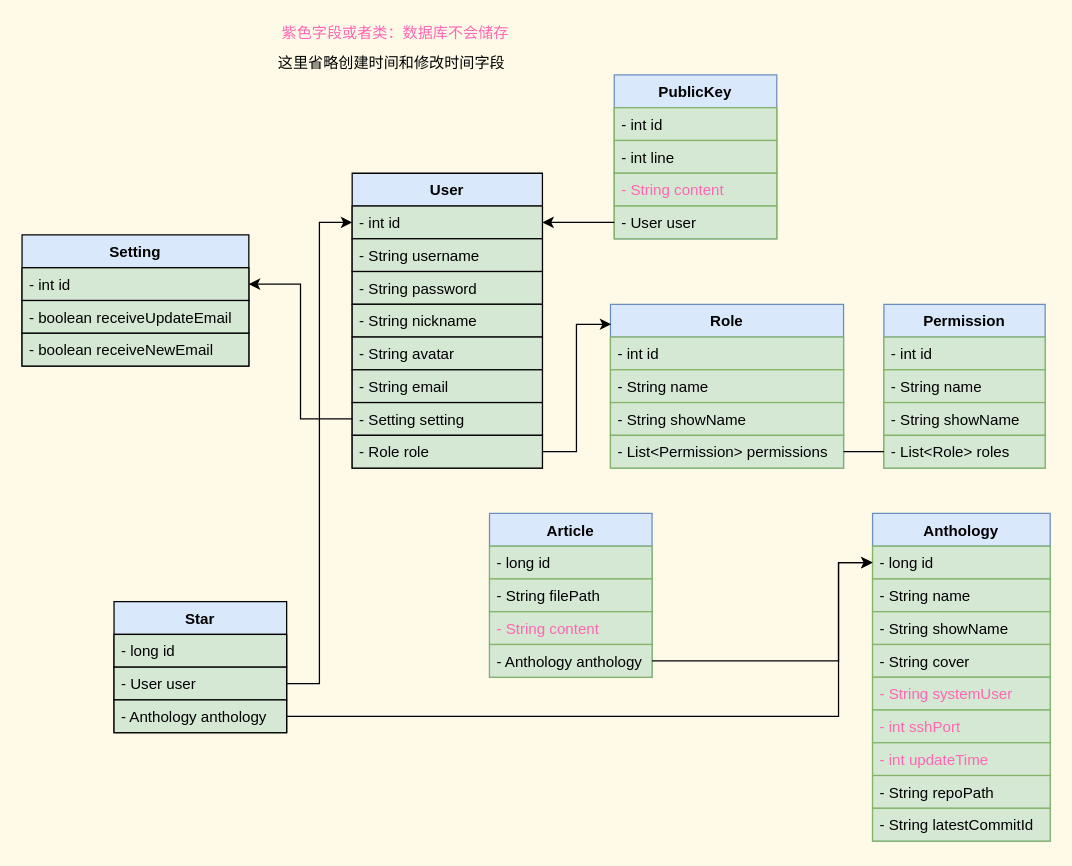
Earlier version of the draw.io diagram page "类图" (1 of 3) of doc/后端类图.dio (swsk33/git-document). Source tidied: cells renumbered, new cells numbered last; positions are measured from the earlier drawing's top-left corner, leaving out a move shared by most shapes. Both pictures are drawn from the tidied source at 126%, with x=0, y=0 at pixel (21, 21).
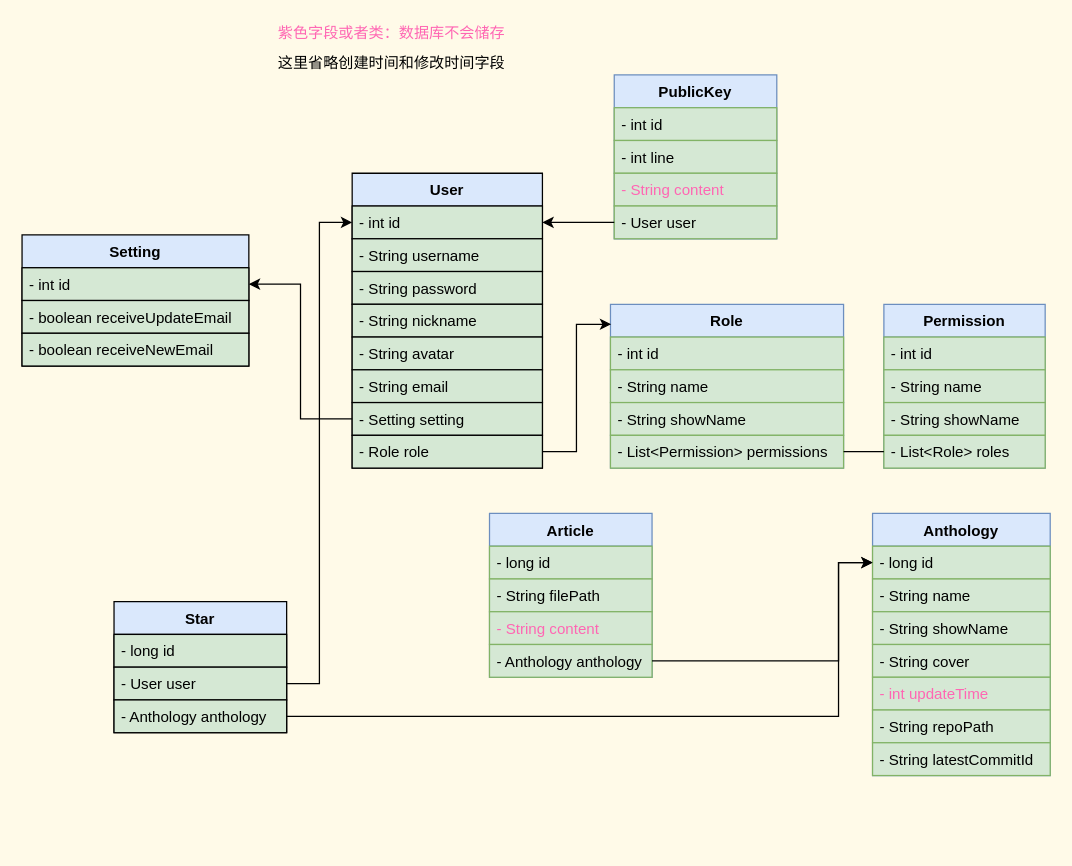
The same diagram, later.

Change to the diagram source:
```diff
@@
     <mxCell id="28" value="Anthology" style="swimlane;fontStyle=1;align=center;verticalAlign=top;horizontal=1;startSize=26;fillColor=#dae8fc;strokeColor=#6c8ebf;fontColor=#000000;" parent="1" vertex="1">
-      <mxGeometry x="675" y="390" width="141" height="260" as="geometry" />
+      <mxGeometry x="675" y="390" width="141" height="208" as="geometry" />
     </mxCell>
@@
-    <mxCell id="33" value="- String systemUser" style="text;strokeColor=#82b366;fillColor=#d5e8d4;align=left;verticalAlign=top;spacingLeft=4;spacingRight=4;overflow=hidden;fontColor=#FF66B3;" parent="28" vertex="1">
-      <mxGeometry y="130" width="141" height="26" as="geometry" />
-    </mxCell>
-    <mxCell id="34" value="- int sshPort" style="text;strokeColor=#82b366;fillColor=#d5e8d4;align=left;verticalAlign=top;spacingLeft=4;spacingRight=4;overflow=hidden;fontColor=#FF66B3;" parent="28" vertex="1">
-      <mxGeometry y="156" width="141" height="26" as="geometry" />
-    </mxCell>
     <mxCell id="35" value="- int updateTime" style="text;strokeColor=#82b366;fillColor=#d5e8d4;align=left;verticalAlign=top;spacingLeft=4;spacingRight=4;overflow=hidden;fontColor=#FF66B3;" parent="28" vertex="1">
-      <mxGeometry y="182" width="141" height="26" as="geometry" />
+      <mxGeometry y="130" width="141" height="26" as="geometry" />
     </mxCell>
     <mxCell id="36" value="- String repoPath" style="text;strokeColor=#82b366;fillColor=#d5e8d4;align=left;verticalAlign=top;spacingLeft=4;spacingRight=4;overflow=hidden;fontColor=#000000;" parent="28" vertex="1">
-      <mxGeometry y="208" width="141" height="26" as="geometry" />
+      <mxGeometry y="156" width="141" height="26" as="geometry" />
     </mxCell>
     <mxCell id="37" value="- String latestCommitId" style="text;strokeColor=#82b366;fillColor=#d5e8d4;align=left;verticalAlign=top;spacingLeft=4;spacingRight=4;overflow=hidden;fontColor=#000000;" parent="28" vertex="1">
-      <mxGeometry y="234" width="141" height="26" as="geometry" />
+      <mxGeometry y="182" width="141" height="26" as="geometry" />
     </mxCell>
@@
     <mxCell id="45" value="紫色字段或者类：数据库不会储存" style="text;html=1;align=center;verticalAlign=middle;strokeColor=none;fillColor=none;fontColor=#FF66B3;" parent="1" vertex="1">
-      <mxGeometry x="201" width="190" height="18" as="geometry" />
+      <mxGeometry x="198" width="190" height="18" as="geometry" />
     </mxCell>
```
